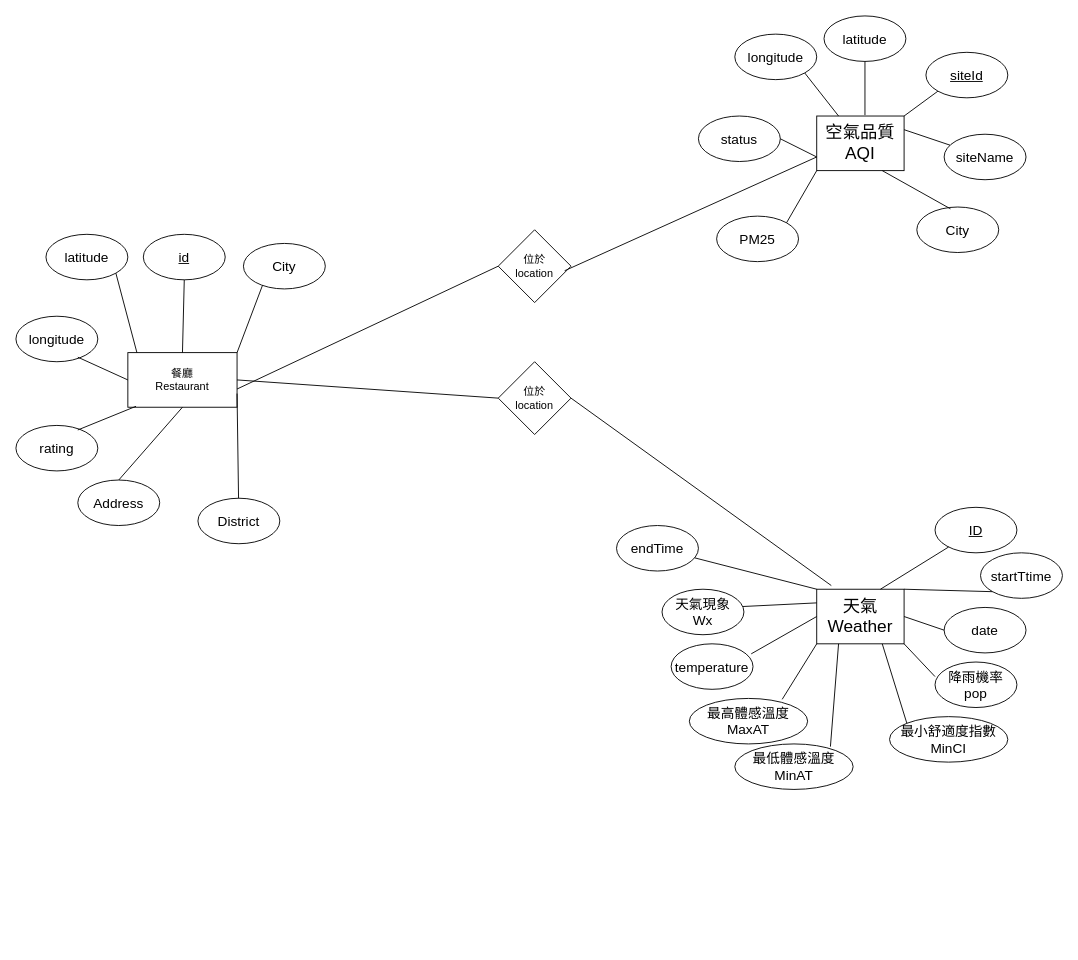
Above: Untitled Diagram.drawio in WWW5911/Astria (draw.io), before the change. Source tidied: cells renumbered, new cells numbered last; positions are measured from the earlier drawing's top-left corner, leaving out a move shared by most shapes. Both pictures are drawn from the tidied source at 91%, with x=0, y=0 at pixel (15, 15).
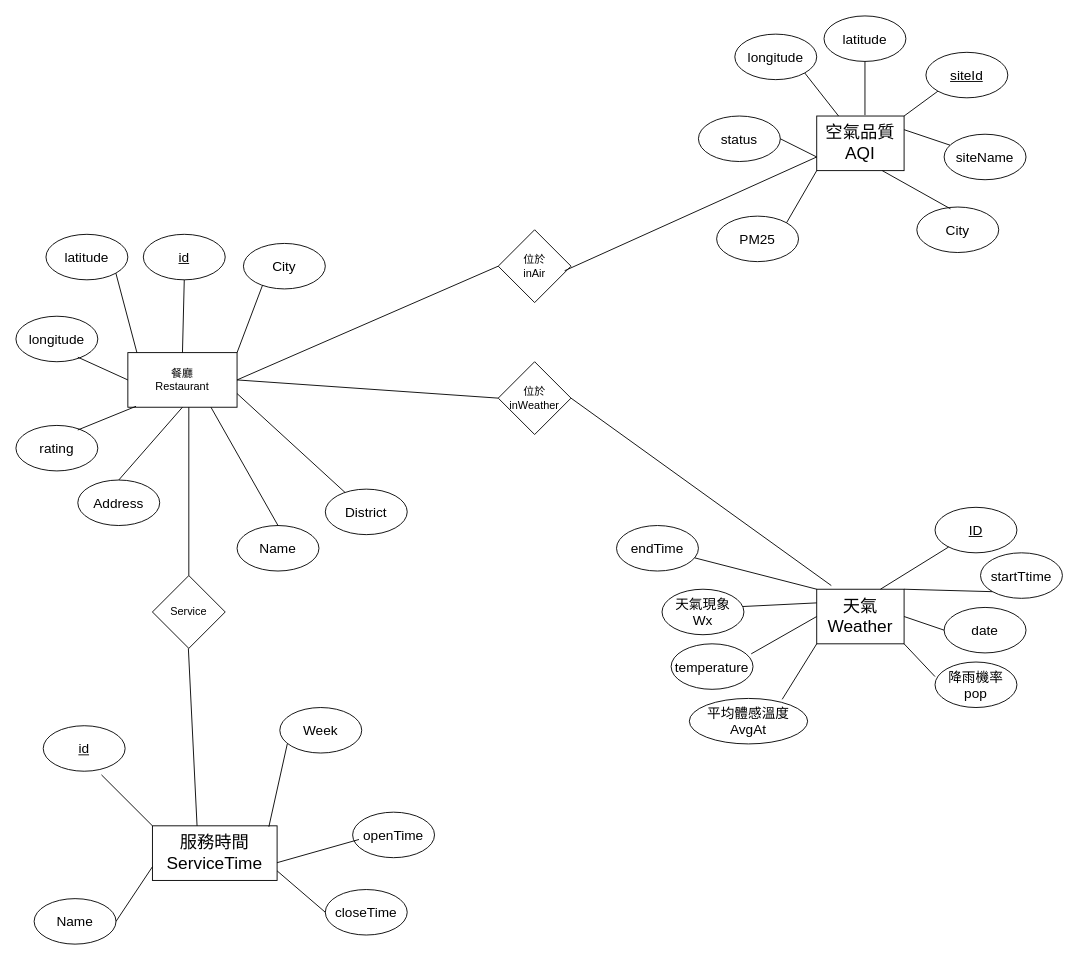
After the change.

The change refers to these unchanged cells:
```xml
<mxCell id="2" value="&lt;font style=&quot;font-size: 19px&quot;&gt;天氣&lt;br&gt;Weather&lt;br&gt;&lt;/font&gt;" style="rounded=0;whiteSpace=wrap;html=1;" parent="1" vertex="1">
  <mxGeometry x="880" y="630" width="96" height="60" as="geometry" />
</mxCell>
```

The edit, as a diff of the source:
```diff
@@
-    <mxCell id="9" value="&lt;font style=&quot;font-size: 15px&quot;&gt;最小舒適度指數&lt;br&gt;MinCI&lt;/font&gt;" style="ellipse;whiteSpace=wrap;html=1;" parent="1" vertex="1">
-      <mxGeometry x="960" y="770" width="130" height="50" as="geometry" />
-    </mxCell>
-    <mxCell id="10" value="&lt;font style=&quot;font-size: 15px&quot;&gt;最高體感溫度&lt;br&gt;MaxAT&lt;/font&gt;" style="ellipse;whiteSpace=wrap;html=1;" parent="1" vertex="1">
+    <mxCell id="10" value="&lt;font style=&quot;font-size: 15px&quot;&gt;平均體感溫度&lt;br&gt;AvgAt&lt;br&gt;&lt;/font&gt;" style="ellipse;whiteSpace=wrap;html=1;" parent="1" vertex="1">
       <mxGeometry x="740" y="750" width="130" height="50" as="geometry" />
     </mxCell>
-    <mxCell id="11" value="&lt;font style=&quot;font-size: 15px&quot;&gt;最低體感溫度&lt;br&gt;MinAT&lt;/font&gt;" style="ellipse;whiteSpace=wrap;html=1;" parent="1" vertex="1">
-      <mxGeometry x="790" y="800" width="130" height="50" as="geometry" />
-    </mxCell>
@@
-    <mxCell id="17" style="endArrow=none;html=1;entryX=0.25;entryY=1;entryDx=0;entryDy=0;exitX=0.808;exitY=0.06;exitDx=0;exitDy=0;exitPerimeter=0;" parent="1" edge="1" source="11" target="2">
-      <mxGeometry relative="1" as="geometry" />
-    </mxCell>
-    <mxCell id="18" style="endArrow=none;html=1;entryX=0.75;entryY=1;entryDx=0;entryDy=0;exitX=0;exitY=0;exitDx=0;exitDy=0;" parent="1" edge="1" source="9" target="2">
-      <mxGeometry relative="1" as="geometry" />
-    </mxCell>
@@
     <mxCell id="23" value="&lt;font style=&quot;font-size: 15px&quot;&gt;District&lt;/font&gt;" style="ellipse;whiteSpace=wrap;html=1;" parent="1" vertex="1">
-      <mxGeometry x="200" y="530" width="90" height="50" as="geometry" />
+      <mxGeometry x="340" y="520" width="90" height="50" as="geometry" />
     </mxCell>
@@
-    <mxCell id="28" value="位於&lt;br&gt;location" style="rhombus;whiteSpace=wrap;html=1;" parent="1" vertex="1">
+    <mxCell id="28" value="位於&lt;br&gt;inAir" style="rhombus;whiteSpace=wrap;html=1;" parent="1" vertex="1">
       <mxGeometry x="530" y="235" width="80" height="80" as="geometry" />
     </mxCell>
@@
-    <mxCell id="54" value="位於&lt;br&gt;location" style="rhombus;whiteSpace=wrap;html=1;" parent="1" vertex="1">
+    <mxCell id="54" value="位於&lt;br&gt;inWeather" style="rhombus;whiteSpace=wrap;html=1;" parent="1" vertex="1">
       <mxGeometry x="530" y="380" width="80" height="80" as="geometry" />
     </mxCell>
@@
     <mxCell id="56" style="endArrow=none;html=1;exitX=0;exitY=0.5;exitDx=0;exitDy=0;" parent="1" edge="1" source="28">
       <mxGeometry relative="1" as="geometry">
-        <mxPoint x="243" y="410" as="targetPoint" />
+        <mxPoint x="243" y="400" as="targetPoint" />
       </mxGeometry>
     </mxCell>
@@
+    <mxCell id="59" value="Service" style="rhombus;whiteSpace=wrap;html=1;" parent="1" vertex="1">
+      <mxGeometry x="150" y="615" width="80" height="80" as="geometry" />
+    </mxCell>
+    <mxCell id="60" style="endArrow=none;html=1;exitX=0.5;exitY=0;exitDx=0;exitDy=0;" parent="1" edge="1" source="59">
+      <mxGeometry relative="1" as="geometry">
+        <mxPoint x="190" y="430" as="targetPoint" />
+      </mxGeometry>
+    </mxCell>
+    <mxCell id="61" value="&lt;font style=&quot;font-size: 19px&quot;&gt;服務時間&lt;br&gt;ServiceTime&lt;br&gt;&lt;/font&gt;" style="rounded=0;whiteSpace=wrap;html=1;" parent="1" vertex="1">
+      <mxGeometry x="150" y="890" width="137" height="60" as="geometry" />
+    </mxCell>
+    <mxCell id="62" value="&lt;span style=&quot;font-size: 15px&quot;&gt;&lt;u&gt;id&lt;/u&gt;&lt;/span&gt;" style="ellipse;whiteSpace=wrap;html=1;" parent="1" vertex="1">
+      <mxGeometry x="30" y="780" width="90" height="50" as="geometry" />
+    </mxCell>
+    <mxCell id="63" style="endArrow=none;html=1;entryX=0;entryY=0;entryDx=0;entryDy=0;exitX=0.711;exitY=1.08;exitDx=0;exitDy=0;exitPerimeter=0;" parent="1" edge="1" source="62" target="61">
+      <mxGeometry relative="1" as="geometry" />
+    </mxCell>
+    <mxCell id="64" value="&lt;font style=&quot;font-size: 15px&quot;&gt;Name&lt;/font&gt;" style="ellipse;whiteSpace=wrap;html=1;" parent="1" vertex="1">
+      <mxGeometry x="243" y="560" width="90" height="50" as="geometry" />
+    </mxCell>
+    <mxCell id="65" style="endArrow=none;html=1;entryX=1;entryY=0.75;entryDx=0;entryDy=0;exitX=0.5;exitY=0;exitDx=0;exitDy=0;" parent="1" edge="1" source="64">
+      <mxGeometry relative="1" as="geometry">
+        <mxPoint x="214.3" y="430" as="targetPoint" />
+      </mxGeometry>
+    </mxCell>
+    <mxCell id="66" value="&lt;font style=&quot;font-size: 15px&quot;&gt;Name&lt;/font&gt;" style="ellipse;whiteSpace=wrap;html=1;" parent="1" vertex="1">
+      <mxGeometry x="20" y="970" width="90" height="50" as="geometry" />
+    </mxCell>
+    <mxCell id="67" style="endArrow=none;html=1;entryX=1;entryY=0.5;entryDx=0;entryDy=0;exitX=0;exitY=0.75;exitDx=0;exitDy=0;" parent="1" edge="1" source="61" target="66">
+      <mxGeometry relative="1" as="geometry" />
+    </mxCell>
+    <mxCell id="68" value="&lt;font style=&quot;font-size: 15px&quot;&gt;Week&lt;br&gt;&lt;/font&gt;" style="ellipse;whiteSpace=wrap;html=1;" parent="1" vertex="1">
+      <mxGeometry x="290" y="760" width="90" height="50" as="geometry" />
+    </mxCell>
+    <mxCell id="69" value="&lt;font style=&quot;font-size: 15px&quot;&gt;openTime&lt;br&gt;&lt;/font&gt;" style="ellipse;whiteSpace=wrap;html=1;" parent="1" vertex="1">
+      <mxGeometry x="370" y="875" width="90" height="50" as="geometry" />
+    </mxCell>
+    <mxCell id="70" value="&lt;font style=&quot;font-size: 15px&quot;&gt;closeTime&lt;br&gt;&lt;/font&gt;" style="ellipse;whiteSpace=wrap;html=1;" parent="1" vertex="1">
+      <mxGeometry x="340" y="960" width="90" height="50" as="geometry" />
+    </mxCell>
+    <mxCell id="71" style="endArrow=none;html=1;entryX=1;entryY=0.75;entryDx=0;entryDy=0;exitX=0.934;exitY=0.017;exitDx=0;exitDy=0;exitPerimeter=0;" parent="1" edge="1" source="61">
+      <mxGeometry relative="1" as="geometry">
+        <mxPoint x="298.2" y="800" as="targetPoint" />
+      </mxGeometry>
+    </mxCell>
+    <mxCell id="72" style="endArrow=none;html=1;entryX=0.078;entryY=0.6;entryDx=0;entryDy=0;exitX=0.934;exitY=0.017;exitDx=0;exitDy=0;exitPerimeter=0;entryPerimeter=0;" parent="1" edge="1" target="69">
+      <mxGeometry relative="1" as="geometry">
+        <mxPoint x="287" y="930.5" as="sourcePoint" />
+      </mxGeometry>
+    </mxCell>
+    <mxCell id="73" style="endArrow=none;html=1;entryX=1;entryY=0.75;entryDx=0;entryDy=0;exitX=0;exitY=0.5;exitDx=0;exitDy=0;" parent="1" edge="1" source="70">
+      <mxGeometry relative="1" as="geometry">
+        <mxPoint x="287" y="939.5" as="targetPoint" />
+      </mxGeometry>
+    </mxCell>
+    <mxCell id="74" style="endArrow=none;html=1;exitX=0.358;exitY=0;exitDx=0;exitDy=0;exitPerimeter=0;" parent="1" edge="1" source="61">
+      <mxGeometry relative="1" as="geometry">
+        <mxPoint x="189.5" y="695" as="targetPoint" />
+      </mxGeometry>
+    </mxCell>
```
